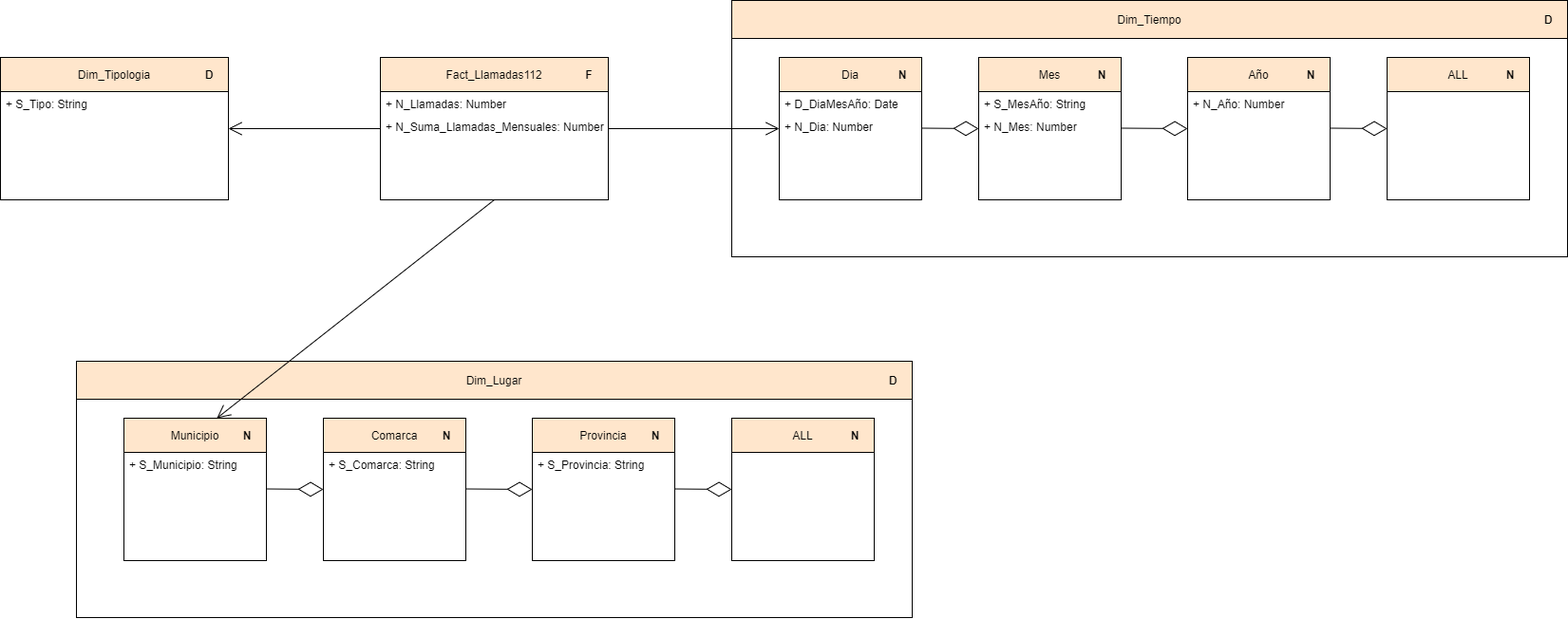
mariousm/Data-Science-Master keeps this draw.io diagram as 2019-20/PrimerSemestre/BBDD/Practica_2/img/LogicDesign_Llamadas112.png. Above is the earlier version. Source tidied: cells renumbered, new cells last; positions are measured from the earlier drawing's top-left corner, leaving out a move shared by most shapes.
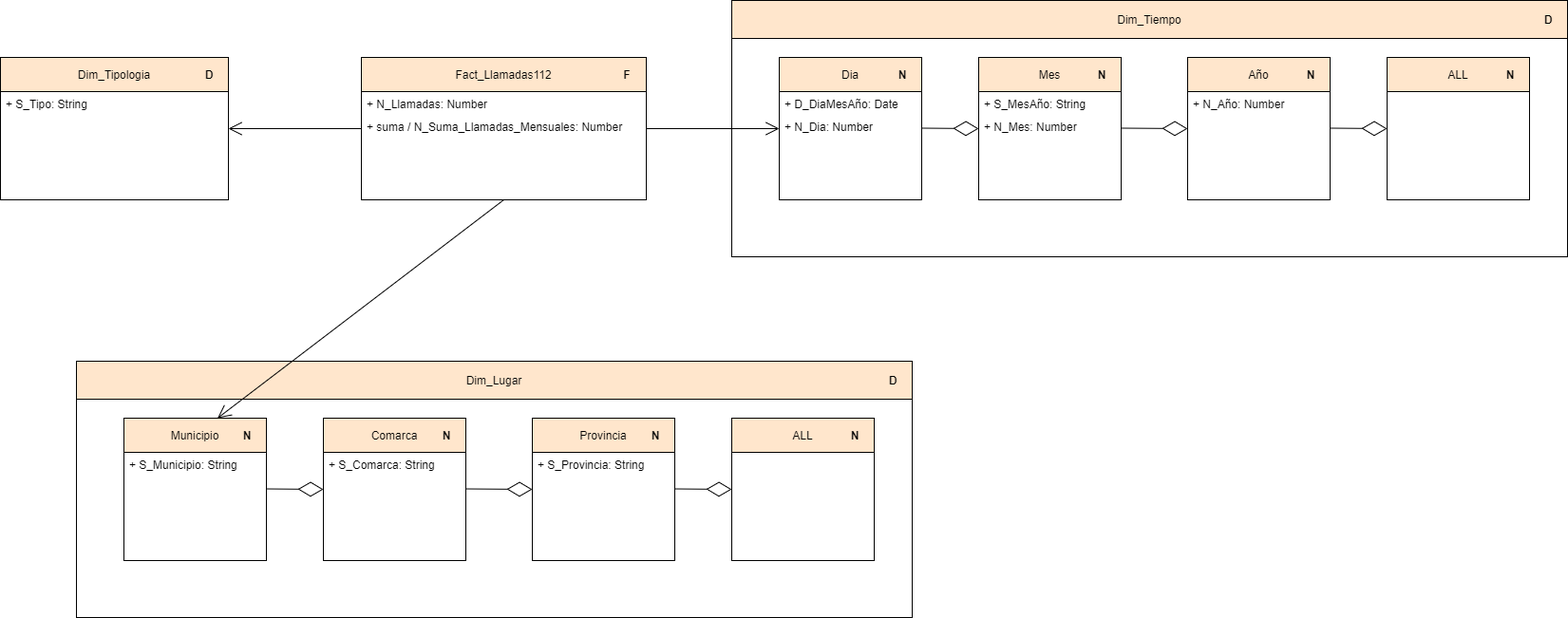
After the change.

Diff of the diagram source:
```diff
@@ -3,13 +3,13 @@
     <mxCell id="0" />
     <mxCell id="1" parent="0" />
     <mxCell id="2" style="rounded=0;whiteSpace=wrap;html=1;" parent="1" vertex="1">
-      <mxGeometry x="400" y="60" width="240" height="150" as="geometry" />
+      <mxGeometry x="380" y="60" width="300" height="150" as="geometry" />
     </mxCell>
     <mxCell id="3" value="Fact_Llamadas112" style="text;align=center;fontStyle=0;verticalAlign=middle;spacingLeft=3;spacingRight=3;fillColor=#ffe6cc;strokeColor=#000000;" parent="1" vertex="1">
-      <mxGeometry x="400" y="60" width="240" height="36" as="geometry" />
+      <mxGeometry x="380" y="60" width="300" height="36" as="geometry" />
     </mxCell>
     <mxCell id="4" value="F" style="text;html=1;strokeColor=none;fillColor=none;align=center;verticalAlign=middle;whiteSpace=wrap;rounded=0;fontStyle=1;" parent="1" vertex="1">
-      <mxGeometry x="600" y="68" width="40" height="20" as="geometry" />
+      <mxGeometry x="640" y="68" width="40" height="20" as="geometry" />
     </mxCell>
     <mxCell id="5" style="rounded=0;whiteSpace=wrap;html=1;" parent="1" vertex="1">
       <mxGeometry x="770" width="880" height="270" as="geometry" />
@@ -152,10 +152,10 @@
       <mxGeometry relative="1" as="geometry" />
     </mxCell>
     <mxCell id="47" value="+ N_Llamadas: Number" style="text;strokeColor=none;fillColor=none;align=left;verticalAlign=top;spacingLeft=4;spacingRight=4;overflow=hidden;" parent="1" vertex="1">
-      <mxGeometry x="400" y="96" width="240" height="26" as="geometry" />
+      <mxGeometry x="380" y="96" width="300" height="26" as="geometry" />
     </mxCell>
-    <mxCell id="48" value="+ N_Suma_Llamadas_Mensuales: Number" style="text;strokeColor=none;fillColor=none;align=left;verticalAlign=top;spacingLeft=4;spacingRight=4;overflow=hidden;" parent="1" vertex="1">
-      <mxGeometry x="400" y="120" width="240" height="26" as="geometry" />
+    <mxCell id="48" value="+ suma / N_Suma_Llamadas_Mensuales: Number" style="text;strokeColor=none;fillColor=none;align=left;verticalAlign=top;spacingLeft=4;spacingRight=4;overflow=hidden;" parent="1" vertex="1">
+      <mxGeometry x="380" y="120" width="300" height="26" as="geometry" />
     </mxCell>
     <mxCell id="49" value="+ S_Tipo: String" style="text;strokeColor=none;fillColor=none;align=left;verticalAlign=top;spacingLeft=4;spacingRight=4;overflow=hidden;" parent="1" vertex="1">
       <mxGeometry y="96" width="240" height="26" as="geometry" />
```
